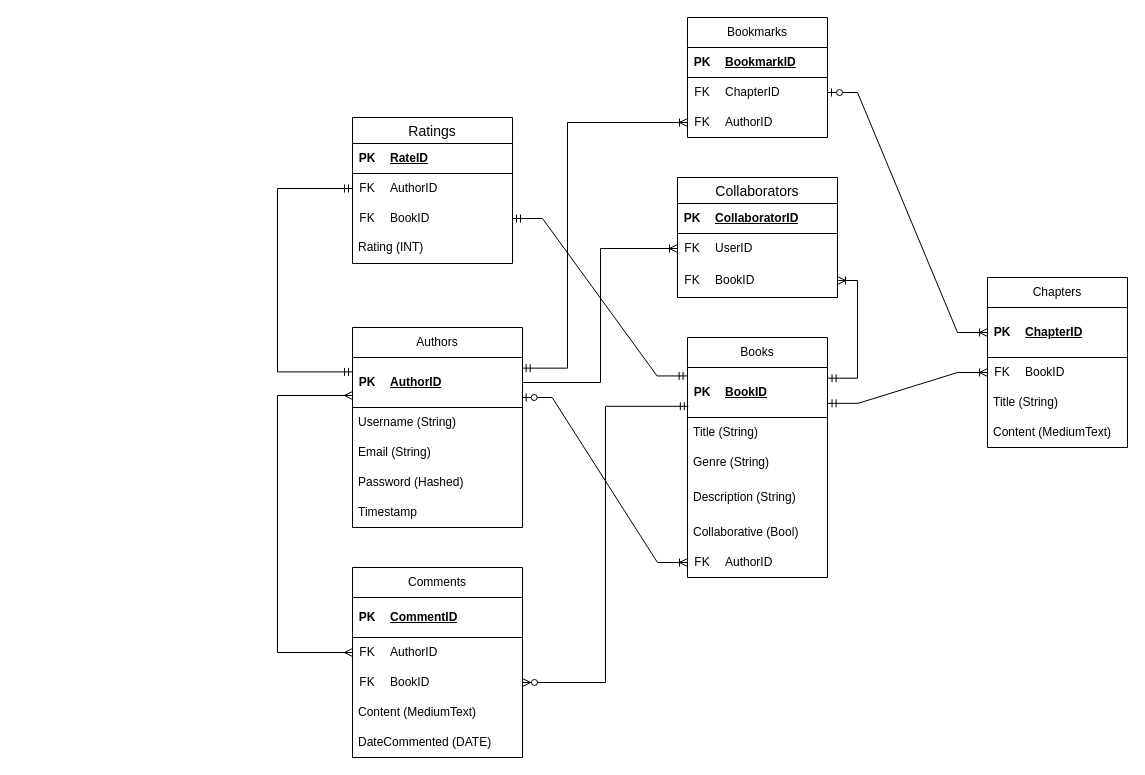
Mortreddd/uniread keeps this draw.io diagram as UniRead.drawio. Above is the earlier version. Source tidied: cells renumbered, new cells numbered last; positions are measured from the earlier drawing's top-left corner, leaving out a move shared by most shapes. Both pictures are drawn from the tidied source at 100%, with x=0, y=0 at pixel (277, 17).
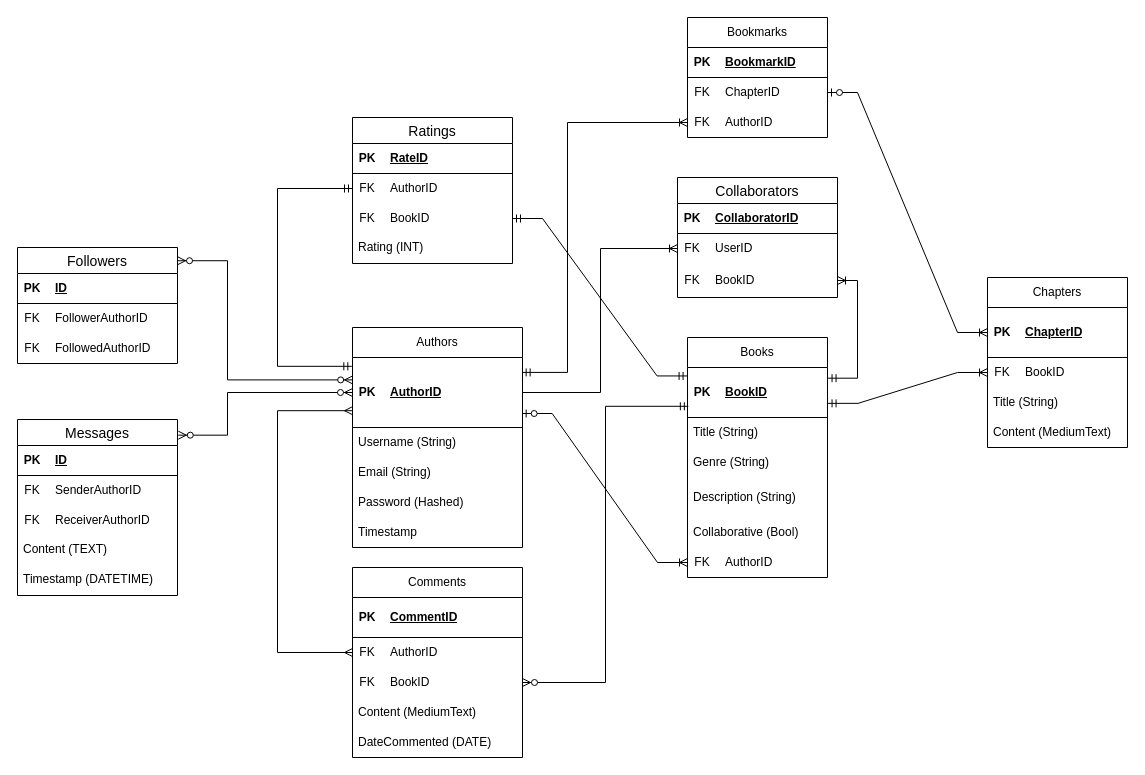
The same page after the edit.

Commit message:
Added Followers and Messages table

The change refers to these unchanged cells:
```xml
<mxCell id="90" style="shape=tableRow;horizontal=0;startSize=0;swimlaneHead=0;swimlaneBody=0;fillColor=none;points=[[0,0.5],[1,0.5]];portConstraint=eastwest;top=0;left=0;right=0;bottom=0;" parent="89" vertex="1">
  <mxGeometry width="160" height="30" as="geometry" />
</mxCell>
```

What changed in the source:
```diff
@@
     <mxCell id="2" value="Authors" style="swimlane;fontStyle=0;horizontal=1;startSize=30;whiteSpace=wrap;html=1;" parent="1" vertex="1">
-      <mxGeometry x="75" y="310" width="170" height="200" as="geometry" />
+      <mxGeometry x="75" y="310" width="170" height="220" as="geometry" />
     </mxCell>
     <mxCell id="3" style="shape=table;startSize=0;childLayout=tableLayout;rowLines=0;fontStyle=0;align=center;strokeColor=none;fillColor=none;" parent="2" vertex="1">
-      <mxGeometry y="30" width="170" height="50" as="geometry" />
+      <mxGeometry y="30" width="170" height="70" as="geometry" />
     </mxCell>
     <mxCell id="4" style="shape=tableRow;horizontal=0;startSize=0;swimlaneHead=0;swimlaneBody=0;fillColor=none;points=[[0,0.5],[1,0.5]];portConstraint=eastwest;top=0;left=0;right=0;bottom=1;" parent="3" vertex="1">
-      <mxGeometry width="170" height="50" as="geometry" />
+      <mxGeometry width="170" height="70" as="geometry" />
     </mxCell>
     <mxCell id="5" value="PK" style="shape=partialRectangle;fillColor=none;top=0;left=0;bottom=0;right=0;fontStyle=1;overflow=hidden;whiteSpace=wrap;html=1;" parent="4" vertex="1">
-      <mxGeometry width="30" height="50" as="geometry" />
+      <mxGeometry width="30" height="70" as="geometry" />
     </mxCell>
     <mxCell id="6" value="AuthorID" style="shape=partialRectangle;fillColor=none;top=0;left=0;bottom=0;right=0;align=left;spacingLeft=6;fontStyle=5;overflow=hidden;whiteSpace=wrap;html=1;" parent="4" vertex="1">
-      <mxGeometry x="30" width="140" height="50" as="geometry" />
+      <mxGeometry x="30" width="140" height="70" as="geometry" />
     </mxCell>
     <mxCell id="7" value="Username (String)" style="text;strokeColor=none;fillColor=none;align=left;verticalAlign=middle;spacingLeft=4;spacingRight=4;overflow=hidden;whiteSpace=wrap;html=1;" parent="2" vertex="1">
-      <mxGeometry y="80" width="170" height="30" as="geometry" />
+      <mxGeometry y="100" width="170" height="30" as="geometry" />
     </mxCell>
     <mxCell id="8" value="Email (String)" style="text;strokeColor=none;fillColor=none;align=left;verticalAlign=middle;spacingLeft=4;spacingRight=4;overflow=hidden;whiteSpace=wrap;html=1;" parent="2" vertex="1">
-      <mxGeometry y="110" width="170" height="30" as="geometry" />
+      <mxGeometry y="130" width="170" height="30" as="geometry" />
     </mxCell>
     <mxCell id="9" value="Password (Hashed)" style="text;strokeColor=none;fillColor=none;align=left;verticalAlign=middle;spacingLeft=4;spacingRight=4;overflow=hidden;whiteSpace=wrap;html=1;" parent="2" vertex="1">
-      <mxGeometry y="140" width="170" height="30" as="geometry" />
+      <mxGeometry y="160" width="170" height="30" as="geometry" />
     </mxCell>
     <mxCell id="10" value="Timestamp" style="text;strokeColor=none;fillColor=none;align=left;verticalAlign=middle;spacingLeft=4;spacingRight=4;overflow=hidden;whiteSpace=wrap;html=1;" parent="2" vertex="1">
-      <mxGeometry y="170" width="170" height="30" as="geometry" />
+      <mxGeometry y="190" width="170" height="30" as="geometry" />
     </mxCell>
@@
-    <mxCell id="82" style="edgeStyle=elbowEdgeStyle;fontSize=12;html=1;endArrow=ERmandOne;startArrow=ERmandOne;rounded=0;exitX=0;exitY=0.288;exitDx=0;exitDy=0;exitPerimeter=0;entryX=0;entryY=0.5;entryDx=0;entryDy=0;" parent="1" edge="1" source="4" target="90">
+    <mxCell id="82" style="edgeStyle=elbowEdgeStyle;fontSize=12;html=1;endArrow=ERmandOne;startArrow=ERmandOne;rounded=0;entryX=0;entryY=0.5;entryDx=0;entryDy=0;exitX=-0.004;exitY=0.126;exitDx=0;exitDy=0;exitPerimeter=0;" parent="1" edge="1" source="4" target="90">
       <mxGeometry relative="1" as="geometry">
         <Array as="points">
           <mxPoint y="340" />
         </Array>
       </mxGeometry>
     </mxCell>
@@
+    <mxCell id="98" value="Followers" style="swimlane;fontStyle=0;horizontal=1;startSize=26;align=center;fontSize=14;" parent="1" vertex="1">
+      <mxGeometry x="-260" y="230" width="160" height="116" as="geometry" />
+    </mxCell>
+    <mxCell id="99" style="shape=table;startSize=0;childLayout=tableLayout;rowLines=0;fontStyle=0;align=center;strokeColor=none;fillColor=none;" parent="98" vertex="1">
+      <mxGeometry y="26" width="160" height="30" as="geometry" />
+    </mxCell>
+    <mxCell id="100" style="shape=tableRow;horizontal=0;startSize=0;swimlaneHead=0;swimlaneBody=0;fillColor=none;top=0;left=0;right=0;bottom=1;" parent="99" vertex="1">
+      <mxGeometry width="160" height="30" as="geometry" />
+    </mxCell>
+    <mxCell id="101" value="PK" style="shape=partialRectangle;fillColor=none;top=0;left=0;bottom=0;right=0;fontStyle=1;overflow=hidden;whiteSpace=wrap;html=1;" parent="100" vertex="1">
+      <mxGeometry width="30" height="30" as="geometry" />
+    </mxCell>
+    <mxCell id="102" value="ID" style="shape=partialRectangle;fillColor=none;top=0;left=0;bottom=0;right=0;align=left;spacingLeft=6;fontStyle=5;overflow=hidden;whiteSpace=wrap;html=1;" parent="100" vertex="1">
+      <mxGeometry x="30" width="130" height="30" as="geometry" />
+    </mxCell>
+    <mxCell id="103" style="shape=table;startSize=0;childLayout=tableLayout;rowLines=0;fontStyle=0;align=center;strokeColor=none;fillColor=none;" parent="98" vertex="1">
+      <mxGeometry y="56" width="160" height="30" as="geometry" />
+    </mxCell>
+    <mxCell id="104" style="shape=tableRow;horizontal=0;startSize=0;swimlaneHead=0;swimlaneBody=0;fillColor=none;top=0;left=0;right=0;bottom=0;" parent="103" vertex="1">
+      <mxGeometry width="160" height="30" as="geometry" />
+    </mxCell>
+    <mxCell id="105" value="FK" style="shape=partialRectangle;fillColor=none;top=0;left=0;bottom=0;right=0;fontStyle=0;overflow=hidden;whiteSpace=wrap;html=1;" parent="104" vertex="1">
+      <mxGeometry width="30" height="30" as="geometry" />
+    </mxCell>
+    <mxCell id="106" value="FollowerAuthorID" style="shape=partialRectangle;fillColor=none;top=0;left=0;bottom=0;right=0;align=left;spacingLeft=6;fontStyle=0;overflow=hidden;whiteSpace=wrap;html=1;" parent="104" vertex="1">
+      <mxGeometry x="30" width="130" height="30" as="geometry" />
+    </mxCell>
+    <mxCell id="107" style="shape=table;startSize=0;childLayout=tableLayout;rowLines=0;fontStyle=0;align=center;strokeColor=none;fillColor=none;" parent="98" vertex="1">
+      <mxGeometry y="86" width="160" height="30" as="geometry" />
+    </mxCell>
+    <mxCell id="108" style="shape=tableRow;horizontal=0;startSize=0;swimlaneHead=0;swimlaneBody=0;fillColor=none;top=0;left=0;right=0;bottom=0;" parent="107" vertex="1">
+      <mxGeometry width="160" height="30" as="geometry" />
+    </mxCell>
+    <mxCell id="109" value="FK" style="shape=partialRectangle;fillColor=none;top=0;left=0;bottom=0;right=0;fontStyle=0;overflow=hidden;whiteSpace=wrap;html=1;" parent="108" vertex="1">
+      <mxGeometry width="30" height="30" as="geometry" />
+    </mxCell>
+    <mxCell id="110" value="FollowedAuthorID" style="shape=partialRectangle;fillColor=none;top=0;left=0;bottom=0;right=0;align=left;spacingLeft=6;fontStyle=0;overflow=hidden;whiteSpace=wrap;html=1;" parent="108" vertex="1">
+      <mxGeometry x="30" width="130" height="30" as="geometry" />
+    </mxCell>
+    <mxCell id="111" value="Messages" style="swimlane;fontStyle=0;horizontal=1;startSize=26;align=center;fontSize=14;" parent="1" vertex="1">
+      <mxGeometry x="-260" y="402" width="160" height="176" as="geometry" />
+    </mxCell>
+    <mxCell id="112" style="shape=table;startSize=0;childLayout=tableLayout;rowLines=0;fontStyle=0;align=center;strokeColor=none;fillColor=none;" parent="111" vertex="1">
+      <mxGeometry y="26" width="160" height="30" as="geometry" />
+    </mxCell>
+    <mxCell id="113" style="shape=tableRow;horizontal=0;startSize=0;swimlaneHead=0;swimlaneBody=0;fillColor=none;top=0;left=0;right=0;bottom=1;" parent="112" vertex="1">
+      <mxGeometry width="160" height="30" as="geometry" />
+    </mxCell>
+    <mxCell id="114" value="PK" style="shape=partialRectangle;fillColor=none;top=0;left=0;bottom=0;right=0;fontStyle=1;overflow=hidden;whiteSpace=wrap;html=1;" parent="113" vertex="1">
+      <mxGeometry width="30" height="30" as="geometry" />
+    </mxCell>
+    <mxCell id="115" value="ID" style="shape=partialRectangle;fillColor=none;top=0;left=0;bottom=0;right=0;align=left;spacingLeft=6;fontStyle=5;overflow=hidden;whiteSpace=wrap;html=1;" parent="113" vertex="1">
+      <mxGeometry x="30" width="130" height="30" as="geometry" />
+    </mxCell>
+    <mxCell id="116" style="shape=table;startSize=0;childLayout=tableLayout;rowLines=0;fontStyle=0;align=center;strokeColor=none;fillColor=none;" parent="111" vertex="1">
+      <mxGeometry y="56" width="160" height="30" as="geometry" />
+    </mxCell>
+    <mxCell id="117" style="shape=tableRow;horizontal=0;startSize=0;swimlaneHead=0;swimlaneBody=0;fillColor=none;top=0;left=0;right=0;bottom=0;" parent="116" vertex="1">
+      <mxGeometry width="160" height="30" as="geometry" />
+    </mxCell>
+    <mxCell id="118" value="FK" style="shape=partialRectangle;fillColor=none;top=0;left=0;bottom=0;right=0;fontStyle=0;overflow=hidden;whiteSpace=wrap;html=1;" parent="117" vertex="1">
+      <mxGeometry width="30" height="30" as="geometry" />
+    </mxCell>
+    <mxCell id="119" value="SenderAuthorID" style="shape=partialRectangle;fillColor=none;top=0;left=0;bottom=0;right=0;align=left;spacingLeft=6;fontStyle=0;overflow=hidden;whiteSpace=wrap;html=1;" parent="117" vertex="1">
+      <mxGeometry x="30" width="130" height="30" as="geometry" />
+    </mxCell>
+    <mxCell id="120" style="shape=table;startSize=0;childLayout=tableLayout;rowLines=0;fontStyle=0;align=center;strokeColor=none;fillColor=none;" parent="111" vertex="1">
+      <mxGeometry y="86" width="160" height="30" as="geometry" />
+    </mxCell>
+    <mxCell id="121" style="shape=tableRow;horizontal=0;startSize=0;swimlaneHead=0;swimlaneBody=0;fillColor=none;top=0;left=0;right=0;bottom=0;" parent="120" vertex="1">
+      <mxGeometry width="160" height="30" as="geometry" />
+    </mxCell>
+    <mxCell id="122" value="FK" style="shape=partialRectangle;fillColor=none;top=0;left=0;bottom=0;right=0;fontStyle=0;overflow=hidden;whiteSpace=wrap;html=1;" parent="121" vertex="1">
+      <mxGeometry width="30" height="30" as="geometry" />
+    </mxCell>
+    <mxCell id="123" value="ReceiverAuthorID" style="shape=partialRectangle;fillColor=none;top=0;left=0;bottom=0;right=0;align=left;spacingLeft=6;fontStyle=0;overflow=hidden;whiteSpace=wrap;html=1;" parent="121" vertex="1">
+      <mxGeometry x="30" width="130" height="30" as="geometry" />
+    </mxCell>
+    <mxCell id="124" value="Content (TEXT)" style="text;strokeColor=none;fillColor=none;spacingLeft=4;spacingRight=4;overflow=hidden;fontSize=12;whiteSpace=wrap;html=1;" parent="111" vertex="1">
+      <mxGeometry y="116" width="160" height="30" as="geometry" />
+    </mxCell>
+    <mxCell id="125" value="Timestamp (DATETIME)" style="text;strokeColor=none;fillColor=none;spacingLeft=4;spacingRight=4;overflow=hidden;fontSize=12;whiteSpace=wrap;html=1;" parent="111" vertex="1">
+      <mxGeometry y="146" width="160" height="30" as="geometry" />
+    </mxCell>
+    <mxCell id="126" style="edgeStyle=elbowEdgeStyle;fontSize=12;html=1;endArrow=ERzeroToMany;endFill=1;startArrow=ERzeroToMany;rounded=0;exitX=1;exitY=0.114;exitDx=0;exitDy=0;exitPerimeter=0;entryX=0.001;entryY=0.32;entryDx=0;entryDy=0;entryPerimeter=0;" parent="1" edge="1" source="98" target="4">
+      <mxGeometry relative="1" as="geometry">
+        <Array as="points">
+          <mxPoint x="-50" y="360" />
+        </Array>
+      </mxGeometry>
+    </mxCell>
+    <mxCell id="127" style="edgeStyle=elbowEdgeStyle;fontSize=12;html=1;endArrow=ERzeroToMany;endFill=1;startArrow=ERzeroToMany;rounded=0;exitX=1.005;exitY=0.089;exitDx=0;exitDy=0;exitPerimeter=0;entryX=0;entryY=0.5;entryDx=0;entryDy=0;" parent="1" edge="1" source="111" target="4">
+      <mxGeometry relative="1" as="geometry">
+        <Array as="points">
+          <mxPoint x="-50" y="400" />
+        </Array>
+      </mxGeometry>
+    </mxCell>
```
